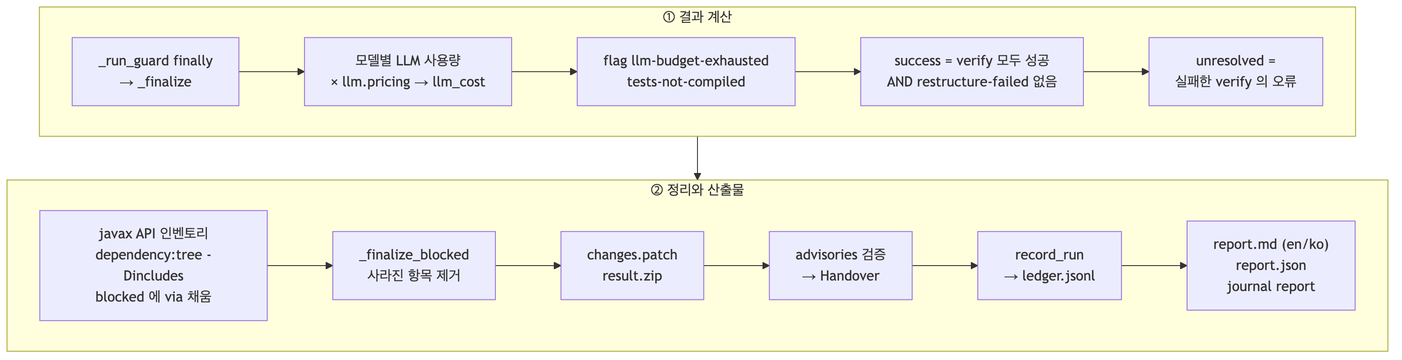
This is docs/migration-agent/diagrams/node-finalize.png from acandiatale/tutu, a Mermaid export, as it was before one commit. Its source is kept beside it as docs/migration-agent/diagrams/node-finalize.mmd.
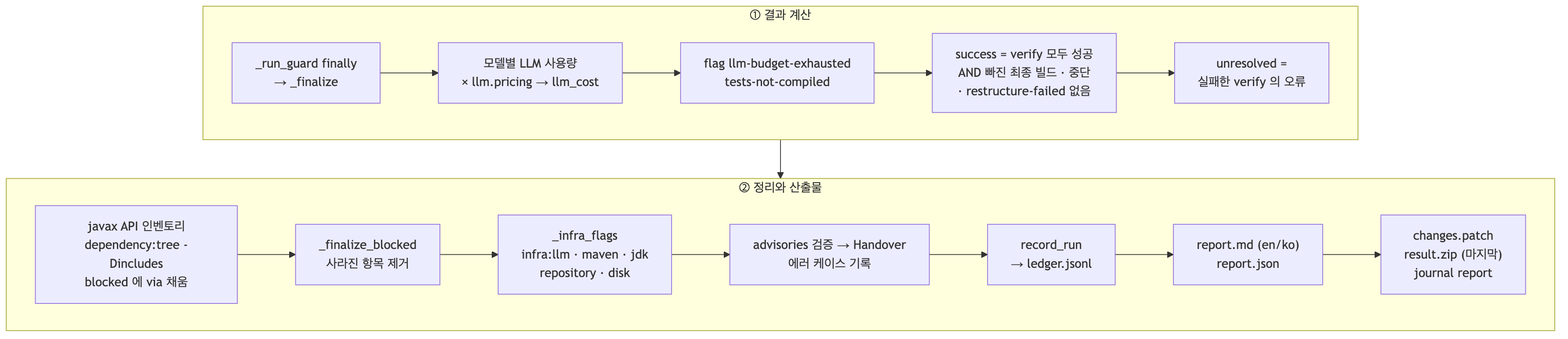
After the commit.

What changed in the source:
```diff
@@ -1,10 +1,10 @@
 flowchart TB
   subgraph a["① 결과 계산"]
     direction LR
-    A["_run_guard finally<br/>→ _finalize"] --> B["모델별 LLM 사용량<br/>× llm.pricing → llm_cost"] --> B2["flag llm-budget-exhausted<br/>tests-not-compiled"] --> C["success = verify 모두 성공<br/>AND restructure-failed 없음"] --> D["unresolved =<br/>실패한 verify 의 오류"]
+    A["_run_guard finally<br/>→ _finalize"] --> B["모델별 LLM 사용량<br/>× llm.pricing → llm_cost"] --> B2["flag llm-budget-exhausted<br/>tests-not-compiled"] --> C["success = verify 모두 성공<br/>AND 빠진 최종 빌드 · 중단<br/>· restructure-failed 없음"] --> D["unresolved =<br/>실패한 verify 의 오류"]
   end
   subgraph b["② 정리와 산출물"]
     direction LR
-    E["javax API 인벤토리<br/>dependency:tree -Dincludes<br/>blocked 에 via 채움"] --> F["_finalize_blocked<br/>사라진 항목 제거"] --> G["changes.patch<br/>result.zip"] --> H["advisories 검증<br/>→ Handover"] --> J["record_run<br/>→ ledger.jsonl"] --> L["report.md (en/ko)<br/>report.json<br/>journal report"]
+    E["javax API 인벤토리<br/>dependency:tree -Dincludes<br/>blocked 에 via 채움"] --> F["_finalize_blocked<br/>사라진 항목 제거"] --> I["_infra_flags<br/>infra:llm · maven · jdk<br/>repository · disk"] --> H["advisories 검증 → Handover<br/>에러 케이스 기록"] --> J["record_run<br/>→ ledger.jsonl"] --> L["report.md (en/ko)<br/>report.json"] --> G["changes.patch<br/>result.zip (마지막)<br/>journal report"]
   end
   a --> b
```
